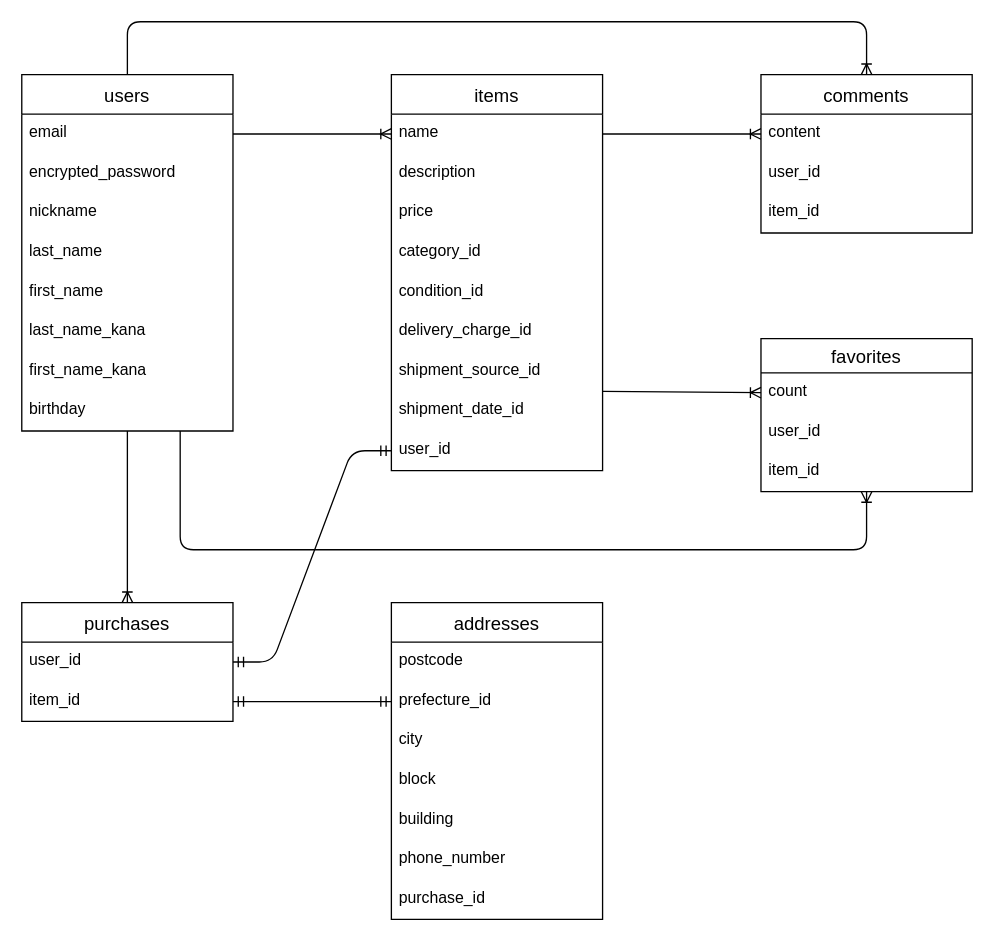
The draw.io diagram furima.dio in prodaigo/furima-37743, before the edit. Source tidied: cells renumbered, new cells numbered last; positions are measured from the earlier drawing's top-left corner, leaving out a move shared by most shapes. Both pictures are drawn from the tidied source at 132%, with x=0, y=0 at pixel (21, 21).
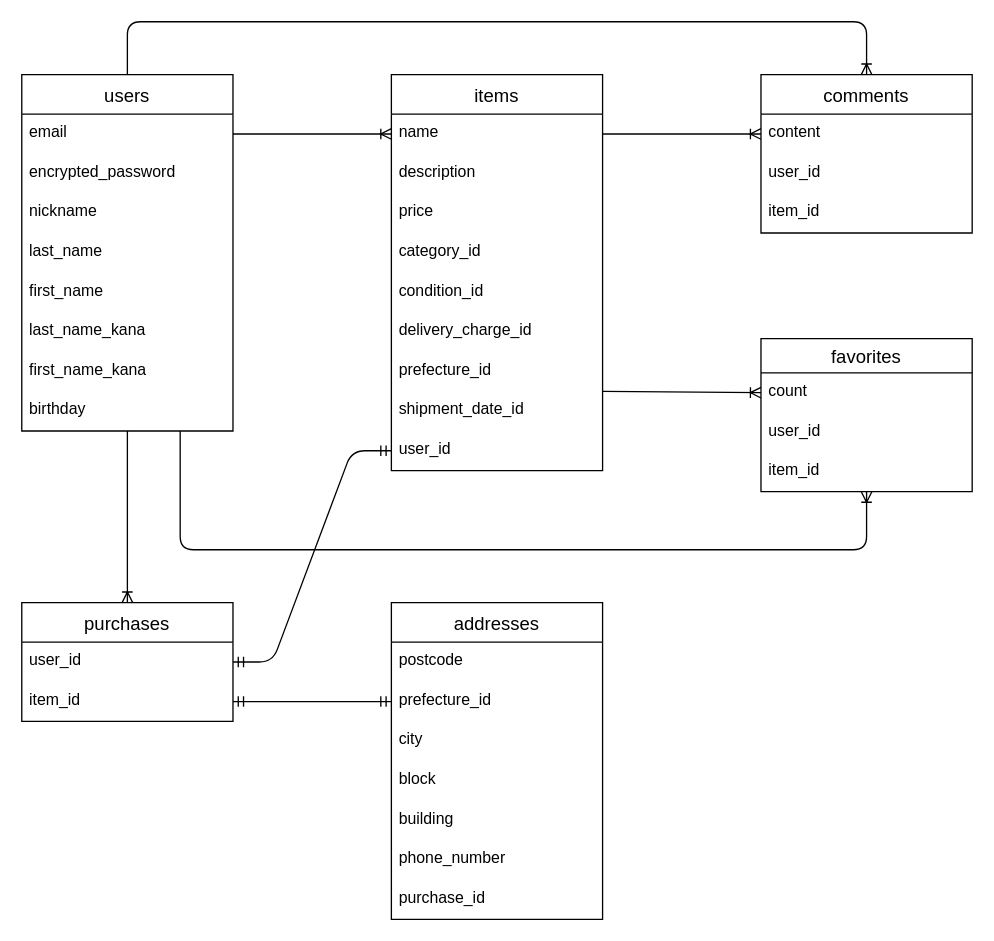
Above is the later version.

Commit message (it also covers changes not shown here):
指摘事項の修正

Unchanged cells that the change refers to:
```xml
<mxCell id="11" value="items" style="swimlane;fontStyle=0;horizontal=1;startSize=30;align=center;fontSize=14;" parent="1" vertex="1">
  <mxGeometry x="280" y="40" width="160" height="300" as="geometry" />
</mxCell>
```

What changed in the source:
```diff
@@
-    <mxCell id="18" value="shipment_source_id" style="text;strokeColor=none;fillColor=none;spacingLeft=4;spacingRight=4;overflow=hidden;fontSize=12;" parent="11" vertex="1">
+    <mxCell id="18" value="prefecture_id" style="text;strokeColor=none;fillColor=none;spacingLeft=4;spacingRight=4;overflow=hidden;fontSize=12;" parent="11" vertex="1">
       <mxGeometry y="210" width="160" height="30" as="geometry" />
     </mxCell>
```
